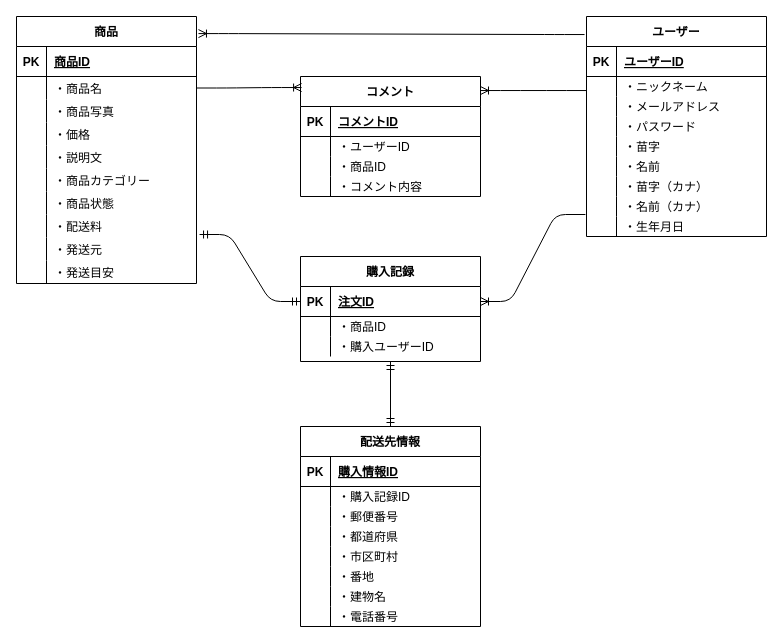
The draw.io diagram app/.dio in kotomiyashita/furima-39774, before the edit. Source tidied: cells renumbered, new cells numbered last; positions are measured from the earlier drawing's top-left corner, leaving out a move shared by most shapes. Both pictures are drawn from the tidied source at 100%, with x=0, y=0 at pixel (16, 16).
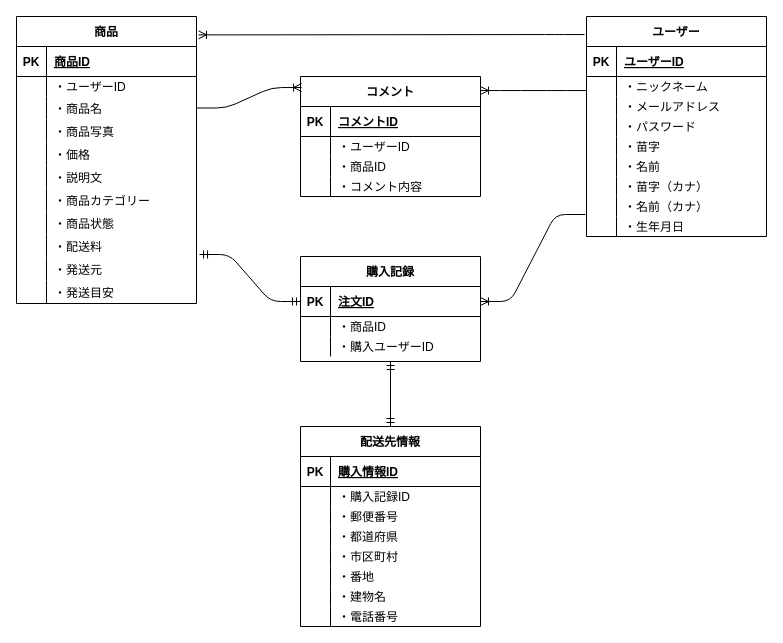
The same diagram, later.

Commit message (it also covers changes not shown here):
データベース設計を記述

What changed in the source:
```diff
@@
     <mxCell id="2" value="商品" style="shape=table;startSize=30;childLayout=tableLayout;rowLines=0;fontStyle=1;align=center;" parent="1" vertex="1">
-      <mxGeometry width="180" height="267" as="geometry" />
+      <mxGeometry width="180" height="287" as="geometry" />
     </mxCell>
@@
+    <mxCell id="115" style="shape=tableRow;horizontal=0;startSize=0;swimlaneHead=0;swimlaneBody=0;fillColor=none;top=0;left=0;right=0;bottom=0;" parent="2" vertex="1">
+      <mxGeometry y="60" width="180" height="20" as="geometry" />
+    </mxCell>
+    <mxCell id="116" style="shape=partialRectangle;fillColor=none;top=0;left=0;bottom=0;right=0;overflow=hidden;" parent="115" vertex="1">
+      <mxGeometry width="30" height="20" as="geometry" />
+    </mxCell>
+    <mxCell id="117" value="・ユーザーID" style="shape=partialRectangle;fillColor=none;top=0;left=0;bottom=0;right=0;align=left;spacingLeft=6;overflow=hidden;" parent="115" vertex="1">
+      <mxGeometry x="30" width="150" height="20" as="geometry" />
+    </mxCell>
     <mxCell id="6" style="shape=tableRow;horizontal=0;startSize=0;swimlaneHead=0;swimlaneBody=0;fillColor=none;points=[[0,0.5],[1,0.5]];portConstraint=eastwest;top=0;left=0;right=0;bottom=0;" parent="2" vertex="1">
-      <mxGeometry y="60" width="180" height="23" as="geometry" />
+      <mxGeometry y="80" width="180" height="23" as="geometry" />
     </mxCell>
@@
     <mxCell id="9" style="shape=tableRow;horizontal=0;startSize=0;swimlaneHead=0;swimlaneBody=0;fillColor=none;top=0;left=0;right=0;bottom=0;" parent="2" vertex="1">
-      <mxGeometry y="83" width="180" height="23" as="geometry" />
+      <mxGeometry y="103" width="180" height="23" as="geometry" />
     </mxCell>
@@
     <mxCell id="12" style="shape=tableRow;horizontal=0;startSize=0;swimlaneHead=0;swimlaneBody=0;fillColor=none;top=0;left=0;right=0;bottom=0;" parent="2" vertex="1">
-      <mxGeometry y="106" width="180" height="23" as="geometry" />
+      <mxGeometry y="126" width="180" height="23" as="geometry" />
     </mxCell>
@@
     <mxCell id="15" style="shape=tableRow;horizontal=0;startSize=0;swimlaneHead=0;swimlaneBody=0;fillColor=none;top=0;left=0;right=0;bottom=0;" parent="2" vertex="1">
-      <mxGeometry y="129" width="180" height="23" as="geometry" />
+      <mxGeometry y="149" width="180" height="23" as="geometry" />
     </mxCell>
@@
     <mxCell id="18" style="shape=tableRow;horizontal=0;startSize=0;swimlaneHead=0;swimlaneBody=0;fillColor=none;top=0;left=0;right=0;bottom=0;" parent="2" vertex="1">
-      <mxGeometry y="152" width="180" height="23" as="geometry" />
+      <mxGeometry y="172" width="180" height="23" as="geometry" />
     </mxCell>
@@
     <mxCell id="21" style="shape=tableRow;horizontal=0;startSize=0;swimlaneHead=0;swimlaneBody=0;fillColor=none;top=0;left=0;right=0;bottom=0;" parent="2" vertex="1">
-      <mxGeometry y="175" width="180" height="23" as="geometry" />
+      <mxGeometry y="195" width="180" height="23" as="geometry" />
     </mxCell>
@@
     <mxCell id="24" style="shape=tableRow;horizontal=0;startSize=0;swimlaneHead=0;swimlaneBody=0;fillColor=none;points=[[0,0.5],[1,0.5]];portConstraint=eastwest;top=0;left=0;right=0;bottom=0;" parent="2" vertex="1">
-      <mxGeometry y="198" width="180" height="23" as="geometry" />
+      <mxGeometry y="218" width="180" height="23" as="geometry" />
     </mxCell>
@@
     <mxCell id="27" style="shape=tableRow;horizontal=0;startSize=0;swimlaneHead=0;swimlaneBody=0;fillColor=none;top=0;left=0;right=0;bottom=0;" parent="2" vertex="1">
-      <mxGeometry y="221" width="180" height="23" as="geometry" />
+      <mxGeometry y="241" width="180" height="23" as="geometry" />
     </mxCell>
@@
     <mxCell id="30" style="shape=tableRow;horizontal=0;startSize=0;swimlaneHead=0;swimlaneBody=0;fillColor=none;top=0;left=0;right=0;bottom=0;" parent="2" vertex="1">
-      <mxGeometry y="244" width="180" height="23" as="geometry" />
+      <mxGeometry y="264" width="180" height="23" as="geometry" />
     </mxCell>
```
